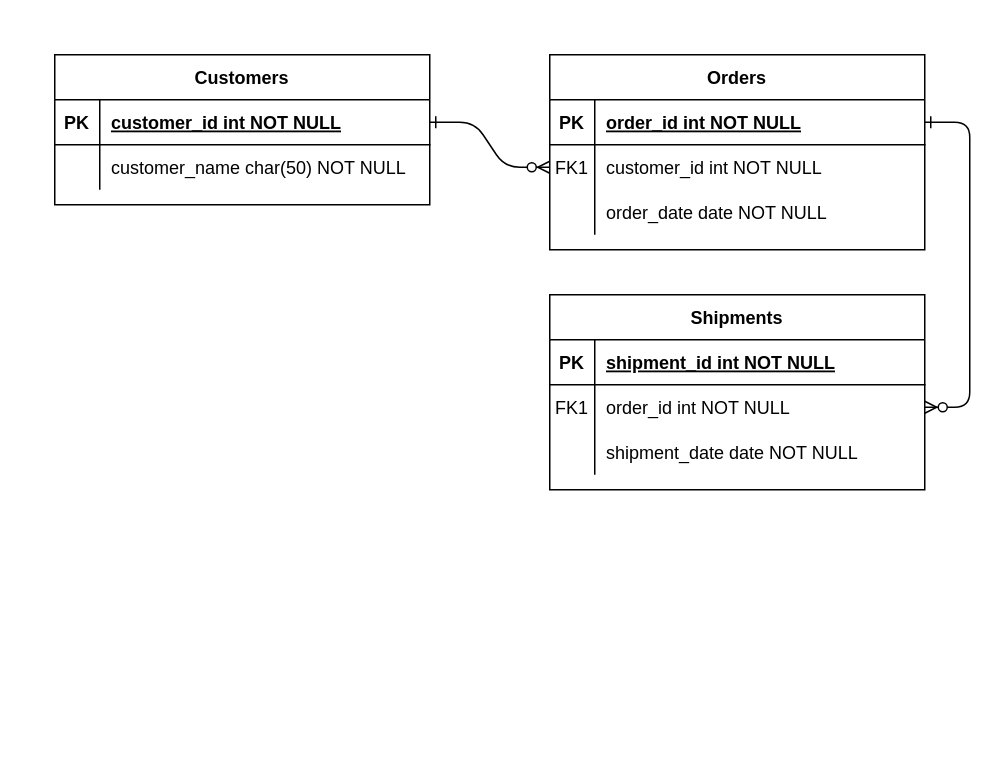
Earlier version of the draw.io diagram Diagrama sem título.drawio (nat-1501/projeto-site). Source tidied: cells renumbered, new cells numbered last; positions are measured from the earlier drawing's top-left corner, leaving out a move shared by most shapes. Both pictures are drawn from the tidied source at 150%, with x=0, y=0 at pixel (54, 54).
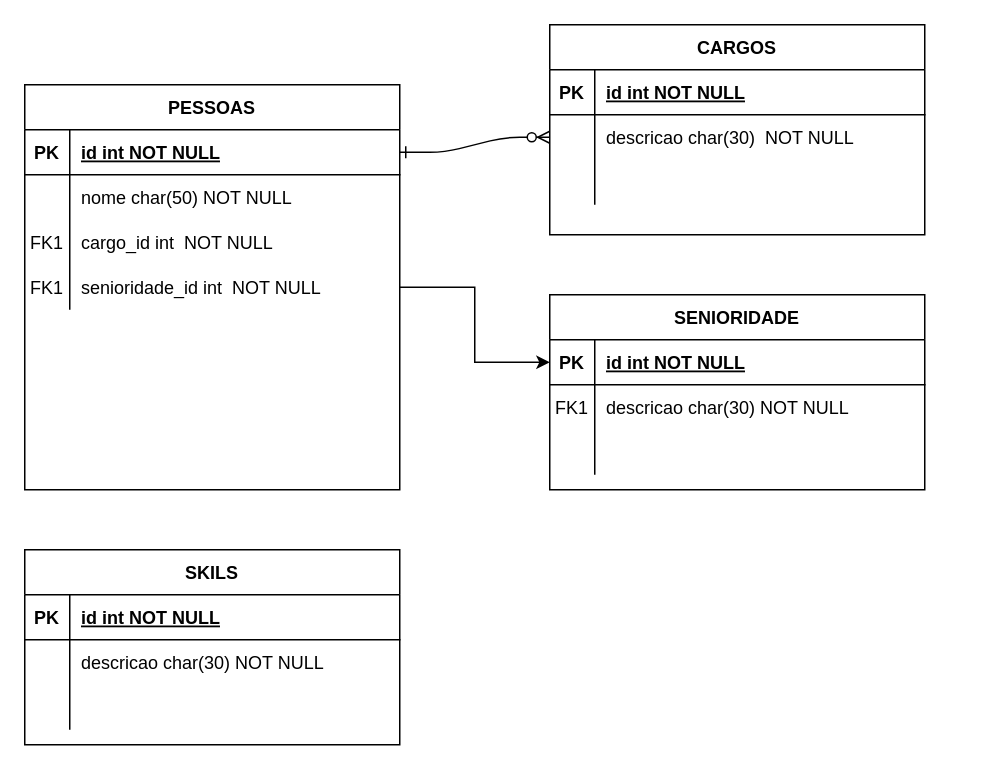
Above is the later version.

Commit message:
Criando a relação para o banco de dado entre as tabelastítulo.drawio

Unchanged cells that the change refers to:
```xml
<mxCell id="5" style="shape=partialRectangle;fillColor=none;points=[[0,0.5],[1,0.5]];portConstraint=eastwest;top=0;left=0;right=0;bottom=1;" parent="4" vertex="1">
  <mxGeometry y="30" width="250" height="30" as="geometry" />
</mxCell>
<mxCell id="8" style="shape=partialRectangle;fillColor=none;points=[[0,0.5],[1,0.5]];portConstraint=eastwest;top=0;left=0;right=0;bottom=0;" parent="4" vertex="1">
  <mxGeometry y="60" width="250" height="30" as="geometry" />
</mxCell>
<mxCell id="11" style="shape=partialRectangle;fillColor=none;top=0;left=0;right=0;bottom=0;" parent="4" vertex="1">
  <mxGeometry y="90" width="250" height="30" as="geometry" />
</mxCell>
<mxCell id="15" style="shape=partialRectangle;fillColor=none;points=[[0,0.5],[1,0.5]];portConstraint=eastwest;top=0;left=0;right=0;bottom=1;" parent="14" vertex="1">
  <mxGeometry y="30" width="250" height="30" as="geometry" />
</mxCell>
<mxCell id="18" style="shape=partialRectangle;fillColor=none;points=[[0,0.5],[1,0.5]];portConstraint=eastwest;top=0;left=0;right=0;bottom=0;" parent="14" vertex="1">
  <mxGeometry y="60" width="250" height="30" as="geometry" />
</mxCell>
<mxCell id="21" style="shape=partialRectangle;fillColor=none;top=0;left=0;right=0;bottom=0;" parent="14" vertex="1">
  <mxGeometry y="90" width="250" height="30" as="geometry" />
</mxCell>
<mxCell id="25" style="shape=partialRectangle;fillColor=none;points=[[0,0.5],[1,0.5]];portConstraint=eastwest;top=0;left=0;right=0;bottom=1;" parent="24" vertex="1">
  <mxGeometry y="30" width="250" height="30" as="geometry" />
</mxCell>
<mxCell id="28" style="shape=partialRectangle;fillColor=none;top=0;left=0;right=0;bottom=0;" parent="24" vertex="1">
  <mxGeometry y="60" width="250" height="30" as="geometry" />
</mxCell>
```

The edit, as a diff of the source:
```diff
@@
-    <mxCell id="3" style="edgeStyle=entityRelationEdgeStyle;endArrow=ERzeroToMany;startArrow=ERone;endFill=1;startFill=0;" parent="1" edge="1" source="5" target="18">
-      <mxGeometry relative="1" as="geometry" />
-    </mxCell>
-    <mxCell id="4" value="Orders" style="shape=table;startSize=30;childLayout=tableLayout;rowLines=0;fontStyle=1;align=center;" parent="1" vertex="1">
-      <mxGeometry x="330" width="250" height="130" as="geometry" />
+    <mxCell id="4" value="CARGOS" style="shape=table;startSize=30;childLayout=tableLayout;rowLines=0;fontStyle=1;align=center;" parent="1" vertex="1">
+      <mxGeometry x="330" y="-20" width="250" height="140" as="geometry" />
     </mxCell>
@@
-    <mxCell id="7" value="order_id int NOT NULL " style="shape=partialRectangle;overflow=hidden;fillColor=none;top=0;left=0;bottom=0;right=0;align=left;spacingLeft=6;fontStyle=5;" parent="5" vertex="1">
+    <mxCell id="7" value="id int NOT NULL " style="shape=partialRectangle;overflow=hidden;fillColor=none;top=0;left=0;bottom=0;right=0;align=left;spacingLeft=6;fontStyle=5;" parent="5" vertex="1">
       <mxGeometry x="30" width="220" height="30" as="geometry" />
     </mxCell>
@@
-    <mxCell id="9" value="FK1" style="shape=partialRectangle;overflow=hidden;fillColor=none;top=0;left=0;bottom=0;right=0;" parent="8" vertex="1">
+    <mxCell id="9" style="shape=partialRectangle;overflow=hidden;fillColor=none;top=0;left=0;bottom=0;right=0;" parent="8" vertex="1">
       <mxGeometry width="30" height="30" as="geometry" />
     </mxCell>
-    <mxCell id="10" value="customer_id int NOT NULL" style="shape=partialRectangle;overflow=hidden;fillColor=none;top=0;left=0;bottom=0;right=0;align=left;spacingLeft=6;" parent="8" vertex="1">
+    <mxCell id="10" value="descricao char(30)  NOT NULL" style="shape=partialRectangle;overflow=hidden;fillColor=none;top=0;left=0;bottom=0;right=0;align=left;spacingLeft=6;" parent="8" vertex="1">
       <mxGeometry x="30" width="220" height="30" as="geometry" />
     </mxCell>
@@
-    <mxCell id="13" value="order_date date NOT NULL" style="shape=partialRectangle;overflow=hidden;fillColor=none;top=0;left=0;bottom=0;right=0;align=left;spacingLeft=6;" parent="11" vertex="1">
+    <mxCell id="13" style="shape=partialRectangle;overflow=hidden;fillColor=none;top=0;left=0;bottom=0;right=0;align=left;spacingLeft=6;" parent="11" vertex="1">
       <mxGeometry x="30" width="220" height="30" as="geometry" />
     </mxCell>
-    <mxCell id="14" value="Shipments" style="shape=table;startSize=30;childLayout=tableLayout;rowLines=0;fontStyle=1;align=center;" parent="1" vertex="1">
+    <mxCell id="14" value="SENIORIDADE" style="shape=table;startSize=30;childLayout=tableLayout;rowLines=0;fontStyle=1;align=center;" parent="1" vertex="1">
       <mxGeometry x="330" y="160" width="250" height="130" as="geometry" />
     </mxCell>
@@
-    <mxCell id="17" value="shipment_id int NOT NULL " style="shape=partialRectangle;overflow=hidden;fillColor=none;top=0;left=0;bottom=0;right=0;align=left;spacingLeft=6;fontStyle=5;" parent="15" vertex="1">
+    <mxCell id="17" value="id int NOT NULL " style="shape=partialRectangle;overflow=hidden;fillColor=none;top=0;left=0;bottom=0;right=0;align=left;spacingLeft=6;fontStyle=5;" parent="15" vertex="1">
       <mxGeometry x="30" width="220" height="30" as="geometry" />
     </mxCell>
@@
-    <mxCell id="20" value="order_id int NOT NULL" style="shape=partialRectangle;overflow=hidden;fillColor=none;top=0;left=0;bottom=0;right=0;align=left;spacingLeft=6;" parent="18" vertex="1">
+    <mxCell id="20" value="descricao char(30) NOT NULL" style="shape=partialRectangle;overflow=hidden;fillColor=none;top=0;left=0;bottom=0;right=0;align=left;spacingLeft=6;" parent="18" vertex="1">
       <mxGeometry x="30" width="220" height="30" as="geometry" />
     </mxCell>
@@
-    <mxCell id="23" value="shipment_date date NOT NULL" style="shape=partialRectangle;overflow=hidden;fillColor=none;top=0;left=0;bottom=0;right=0;align=left;spacingLeft=6;" parent="21" vertex="1">
+    <mxCell id="23" style="shape=partialRectangle;overflow=hidden;fillColor=none;top=0;left=0;bottom=0;right=0;align=left;spacingLeft=6;" parent="21" vertex="1">
       <mxGeometry x="30" width="220" height="30" as="geometry" />
     </mxCell>
+    <mxCell id="31" style="edgeStyle=orthogonalEdgeStyle;rounded=0;jettySize=auto;html=1;" parent="1" edge="1" source="24" target="15">
+      <mxGeometry relative="1" as="geometry" />
+    </mxCell>
-    <mxCell id="24" value="Customers" style="shape=table;startSize=30;childLayout=tableLayout;rowLines=0;fontStyle=1;align=center;" parent="1" vertex="1">
-      <mxGeometry width="250" height="100" as="geometry" />
+    <mxCell id="24" value="PESSOAS" style="shape=table;startSize=30;childLayout=tableLayout;rowLines=0;fontStyle=1;align=center;" parent="1" vertex="1">
+      <mxGeometry x="-20" y="20" width="250" height="270" as="geometry" />
     </mxCell>
@@
-    <mxCell id="27" value="customer_id int NOT NULL " style="shape=partialRectangle;overflow=hidden;fillColor=none;top=0;left=0;bottom=0;right=0;align=left;spacingLeft=6;fontStyle=5;" parent="25" vertex="1">
+    <mxCell id="27" value="id int NOT NULL " style="shape=partialRectangle;overflow=hidden;fillColor=none;top=0;left=0;bottom=0;right=0;align=left;spacingLeft=6;fontStyle=5;" parent="25" vertex="1">
       <mxGeometry x="30" width="220" height="30" as="geometry" />
     </mxCell>
@@
-    <mxCell id="30" value="customer_name char(50) NOT NULL" style="shape=partialRectangle;overflow=hidden;fillColor=none;top=0;left=0;bottom=0;right=0;align=left;spacingLeft=6;" parent="28" vertex="1">
+    <mxCell id="30" value="nome char(50) NOT NULL" style="shape=partialRectangle;overflow=hidden;fillColor=none;top=0;left=0;bottom=0;right=0;align=left;spacingLeft=6;" parent="28" vertex="1">
       <mxGeometry x="30" width="220" height="30" as="geometry" />
     </mxCell>
+    <mxCell id="32" style="shape=partialRectangle;fillColor=none;top=0;left=0;right=0;bottom=0;" parent="24" vertex="1">
+      <mxGeometry y="90" width="250" height="30" as="geometry" />
+    </mxCell>
+    <mxCell id="33" value="FK1" style="shape=partialRectangle;overflow=hidden;fillColor=none;top=0;left=0;bottom=0;right=0;" parent="32" vertex="1">
+      <mxGeometry width="30" height="30" as="geometry" />
+    </mxCell>
+    <mxCell id="34" value="cargo_id int  NOT NULL" style="shape=partialRectangle;overflow=hidden;fillColor=none;top=0;left=0;bottom=0;right=0;align=left;spacingLeft=6;" parent="32" vertex="1">
+      <mxGeometry x="30" width="220" height="30" as="geometry" />
+    </mxCell>
+    <mxCell id="35" style="shape=partialRectangle;fillColor=none;top=0;left=0;right=0;bottom=0;" parent="24" vertex="1">
+      <mxGeometry y="120" width="250" height="30" as="geometry" />
+    </mxCell>
+    <mxCell id="36" value="FK1" style="shape=partialRectangle;overflow=hidden;fillColor=none;top=0;left=0;bottom=0;right=0;" parent="35" vertex="1">
+      <mxGeometry width="30" height="30" as="geometry" />
+    </mxCell>
+    <mxCell id="37" value="senioridade_id int  NOT NULL" style="shape=partialRectangle;overflow=hidden;fillColor=none;top=0;left=0;bottom=0;right=0;align=left;spacingLeft=6;" parent="35" vertex="1">
+      <mxGeometry x="30" width="220" height="30" as="geometry" />
+    </mxCell>
+    <mxCell id="38" value="SKILS" style="shape=table;startSize=30;childLayout=tableLayout;rowLines=0;fontStyle=1;align=center;" parent="1" vertex="1">
+      <mxGeometry x="-20" y="330" width="250" height="130" as="geometry" />
+    </mxCell>
+    <mxCell id="39" style="shape=partialRectangle;fillColor=none;top=0;left=0;right=0;bottom=1;" parent="38" vertex="1">
+      <mxGeometry y="30" width="250" height="30" as="geometry" />
+    </mxCell>
+    <mxCell id="40" value="PK" style="shape=partialRectangle;overflow=hidden;fillColor=none;top=0;left=0;bottom=0;right=0;fontStyle=1;" parent="39" vertex="1">
+      <mxGeometry width="30" height="30" as="geometry" />
+    </mxCell>
+    <mxCell id="41" value="id int NOT NULL " style="shape=partialRectangle;overflow=hidden;fillColor=none;top=0;left=0;bottom=0;right=0;align=left;spacingLeft=6;fontStyle=5;" parent="39" vertex="1">
+      <mxGeometry x="30" width="220" height="30" as="geometry" />
+    </mxCell>
+    <mxCell id="42" style="shape=partialRectangle;fillColor=none;top=0;left=0;right=0;bottom=0;" parent="38" vertex="1">
+      <mxGeometry y="60" width="250" height="30" as="geometry" />
+    </mxCell>
+    <mxCell id="43" style="shape=partialRectangle;overflow=hidden;fillColor=none;top=0;left=0;bottom=0;right=0;" parent="42" vertex="1">
+      <mxGeometry width="30" height="30" as="geometry" />
+    </mxCell>
+    <mxCell id="44" value="descricao char(30) NOT NULL" style="shape=partialRectangle;overflow=hidden;fillColor=none;top=0;left=0;bottom=0;right=0;align=left;spacingLeft=6;" parent="42" vertex="1">
+      <mxGeometry x="30" width="220" height="30" as="geometry" />
+    </mxCell>
+    <mxCell id="45" style="shape=partialRectangle;fillColor=none;top=0;left=0;right=0;bottom=0;" parent="38" vertex="1">
+      <mxGeometry y="90" width="250" height="30" as="geometry" />
+    </mxCell>
+    <mxCell id="46" style="shape=partialRectangle;overflow=hidden;fillColor=none;top=0;left=0;bottom=0;right=0;" parent="45" vertex="1">
+      <mxGeometry width="30" height="30" as="geometry" />
+    </mxCell>
+    <mxCell id="47" style="shape=partialRectangle;overflow=hidden;fillColor=none;top=0;left=0;bottom=0;right=0;align=left;spacingLeft=6;" parent="45" vertex="1">
+      <mxGeometry x="30" width="220" height="30" as="geometry" />
+    </mxCell>
```
